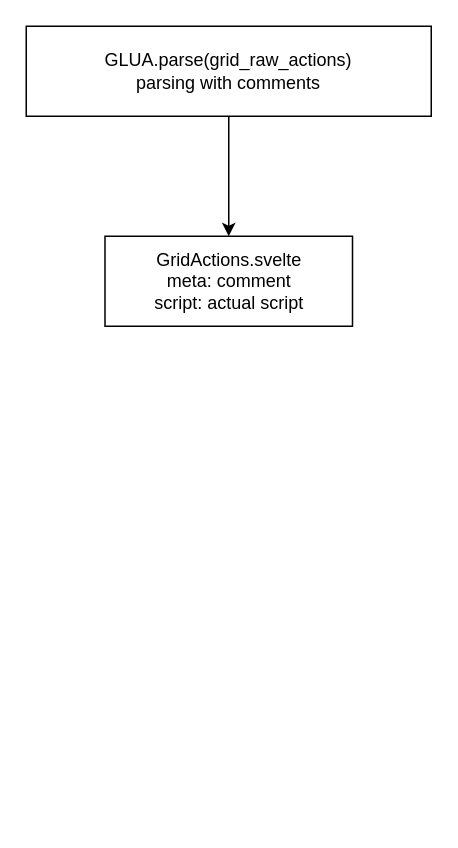
Earlier version of the draw.io diagram page "parse scripts" (3 of 4) of doc-editor.drawio (intechstudio/grid-editor). Source tidied: cells renumbered, new cells numbered last; positions are measured from the earlier drawing's top-left corner, leaving out a move shared by most shapes. Both pictures are drawn from the tidied source at 150%, with x=0, y=0 at pixel (26, 26).
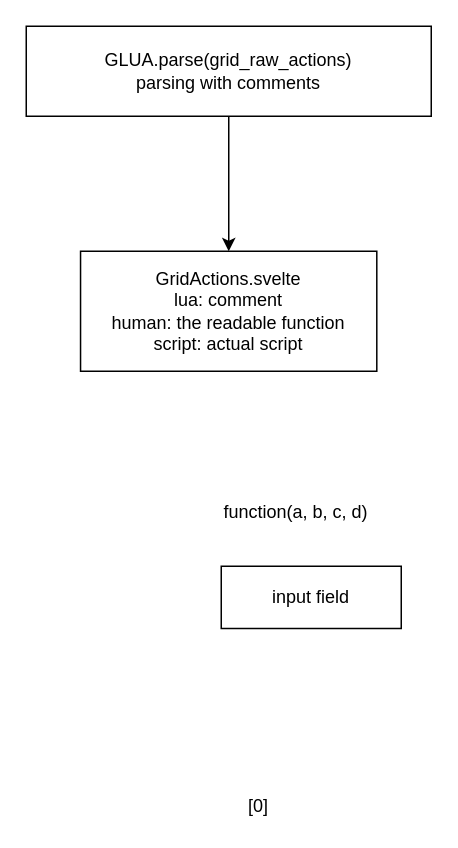
The same page after the edit.

Change to the diagram source:
```diff
@@
 <mxGraphModel>
   <root>
     <mxCell id="0" />
     <mxCell id="1" parent="0" />
     <mxCell id="2" style="edgeStyle=orthogonalEdgeStyle;rounded=0;jettySize=auto;html=1;" parent="1" edge="1" source="3" target="4">
       <mxGeometry relative="1" as="geometry" />
     </mxCell>
     <mxCell id="3" value="GLUA.parse(grid_raw_actions) &lt;br&gt;parsing with comments" style="rounded=0;whiteSpace=wrap;html=1;" parent="1" vertex="1">
       <mxGeometry width="270" height="60" as="geometry" />
     </mxCell>
-    <mxCell id="4" value="GridActions.svelte&lt;br&gt;meta: comment&lt;br&gt;script: actual script" style="whiteSpace=wrap;html=1;rounded=0;" parent="1" vertex="1">
-      <mxGeometry x="52.5" y="140" width="165" height="60" as="geometry" />
+    <mxCell id="4" value="GridActions.svelte&lt;br&gt;lua: comment&lt;br&gt;human: the readable function&lt;br&gt;script: actual script" style="whiteSpace=wrap;html=1;rounded=0;" parent="1" vertex="1">
+      <mxGeometry x="36.2" y="150" width="197.5" height="80" as="geometry" />
     </mxCell>
+    <mxCell id="5" value="input field" style="rounded=0;whiteSpace=wrap;html=1;" parent="1" vertex="1">
+      <mxGeometry x="130" y="360" width="120" height="41.5" as="geometry" />
+    </mxCell>
+    <mxCell id="6" value="[0]" style="text;html=1;strokeColor=none;fillColor=none;align=center;verticalAlign=middle;whiteSpace=wrap;rounded=0;" parent="1" vertex="1">
+      <mxGeometry x="110" y="510" width="90" height="20" as="geometry" />
+    </mxCell>
+    <mxCell id="7" value="function(a, b, c, d)" style="text;html=1;strokeColor=none;fillColor=none;align=left;verticalAlign=middle;whiteSpace=wrap;rounded=0;" parent="1" vertex="1">
+      <mxGeometry x="130" y="314" width="120" height="20" as="geometry" />
+    </mxCell>
   </root>
 </mxGraphModel>
```
